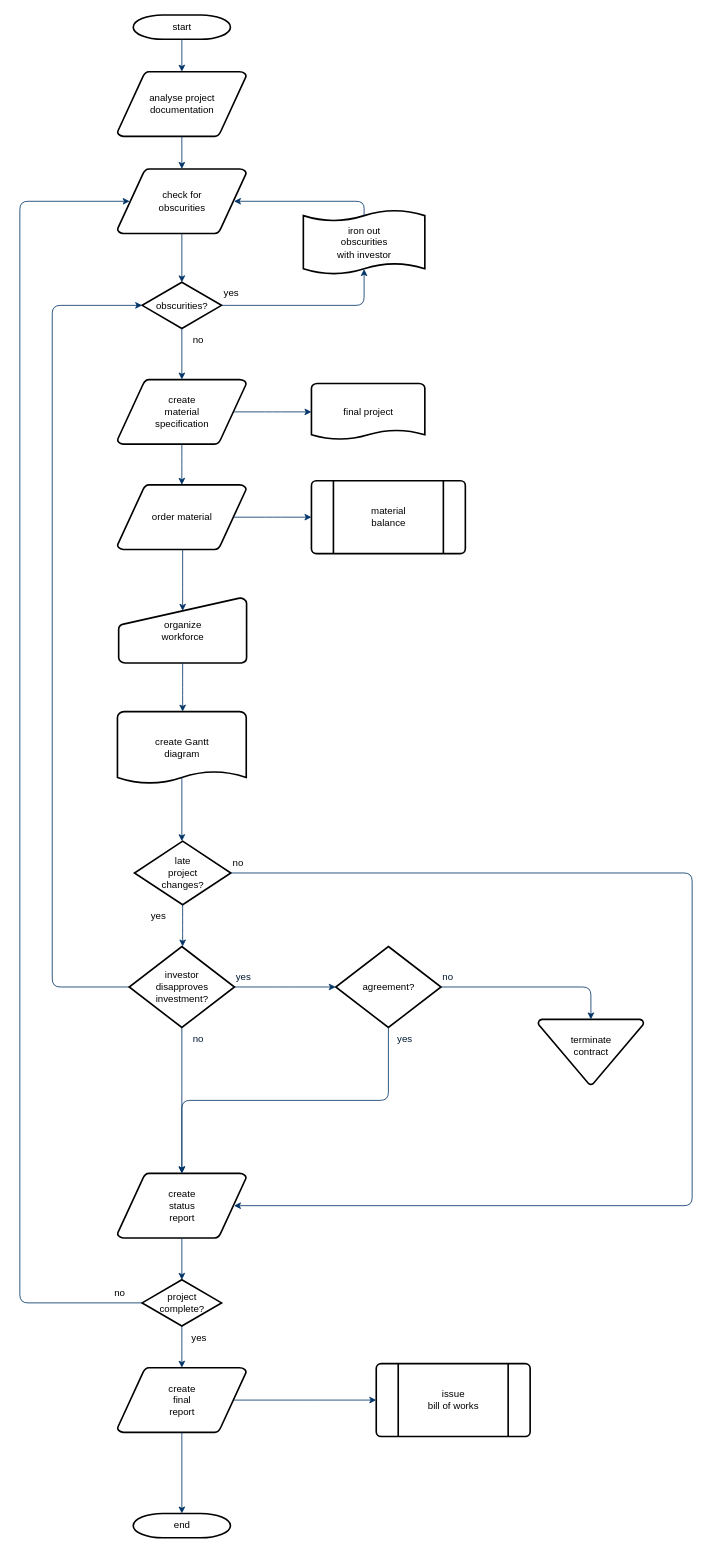
Before: flowcharts/Diagramma senza titolo.drawio in babiotg/teaching_material, a draw.io diagram. Source tidied: cells renumbered, new cells numbered last; positions are measured from the earlier drawing's top-left corner, leaving out a move shared by most shapes. Both pictures are drawn from the tidied source at 81%, with x=0, y=0 at pixel (19, 15).
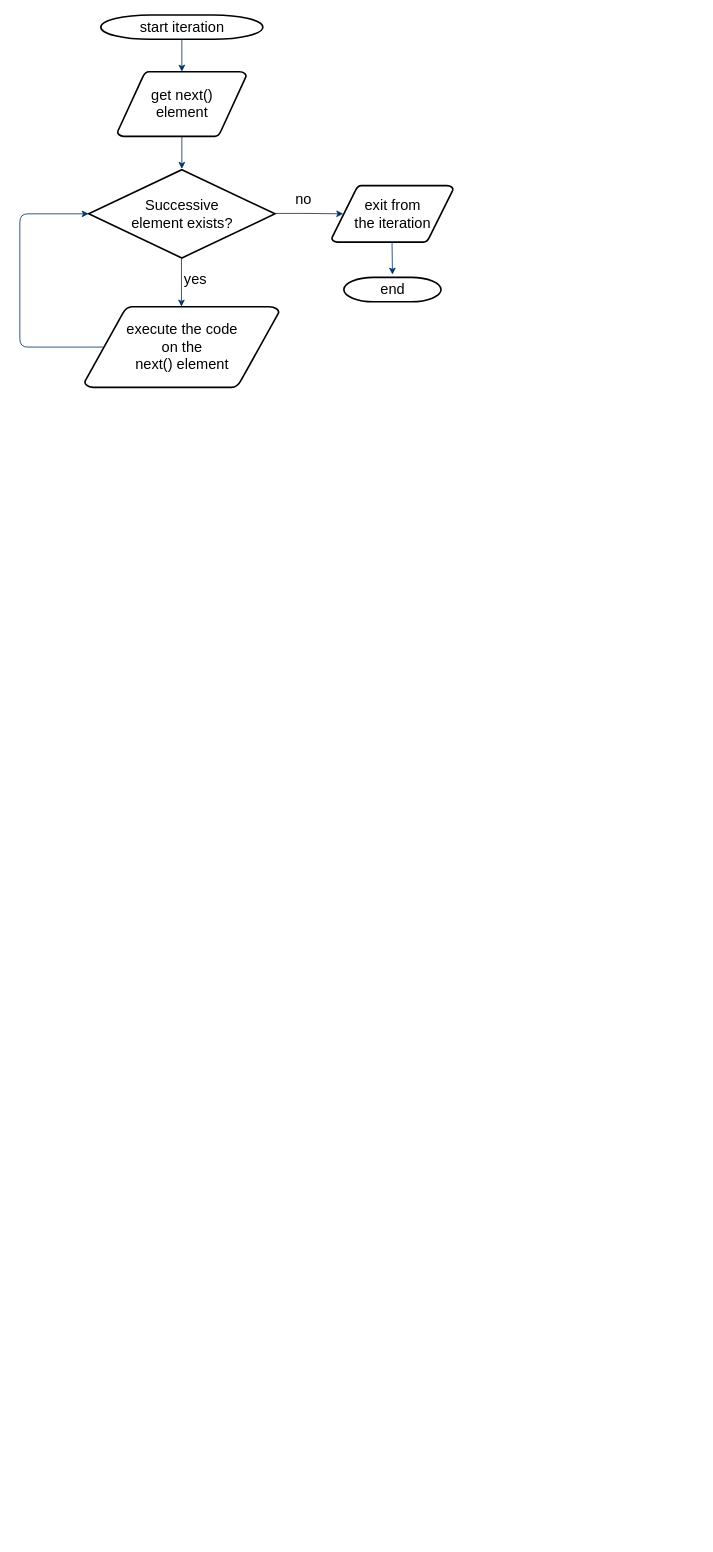
Above is the later version.

Diff of the diagram source:
```diff
@@
-    <mxCell id="2" value="start" style="shape=mxgraph.flowchart.terminator;strokeWidth=2;gradientColor=none;gradientDirection=north;fontStyle=0;html=1;" parent="1" vertex="1">
-      <mxGeometry x="140" width="120" height="30" as="geometry" />
+    <mxCell id="2" value="&lt;font style=&quot;font-size: 18px;&quot;&gt;start iteration&lt;/font&gt;" style="shape=mxgraph.flowchart.terminator;strokeWidth=2;gradientColor=none;gradientDirection=north;fontStyle=0;html=1;" parent="1" vertex="1">
+      <mxGeometry x="100" width="200" height="30" as="geometry" />
     </mxCell>
-    <mxCell id="3" value="analyse project&#10; documentation" style="shape=mxgraph.flowchart.data;strokeWidth=2;gradientColor=none;gradientDirection=north;fontStyle=0;html=1;" parent="1" vertex="1">
+    <mxCell id="3" value="&lt;font style=&quot;font-size: 18px;&quot;&gt;get next() &lt;br&gt;element&lt;/font&gt;" style="shape=mxgraph.flowchart.data;strokeWidth=2;gradientColor=none;gradientDirection=north;fontStyle=0;html=1;" parent="1" vertex="1">
       <mxGeometry x="120.5" y="70" width="159" height="80" as="geometry" />
     </mxCell>
-    <mxCell id="4" value="create&#10;material&#10;specification" style="shape=mxgraph.flowchart.data;strokeWidth=2;gradientColor=none;gradientDirection=north;fontStyle=0;html=1;" parent="1" vertex="1">
-      <mxGeometry x="120.5" y="450" width="159" height="80" as="geometry" />
+    <mxCell id="4" value="&lt;font style=&quot;font-size: 18px;&quot;&gt;execute&amp;nbsp;the code&lt;br&gt;on the &lt;br&gt;next() element&lt;/font&gt;" style="shape=mxgraph.flowchart.data;strokeWidth=2;gradientColor=none;gradientDirection=north;fontStyle=0;html=1;align=center;" parent="1" vertex="1">
+      <mxGeometry x="80" y="360" width="240" height="100" as="geometry" />
     </mxCell>
-    <mxCell id="5" value="check for&#10;obscurities" style="shape=mxgraph.flowchart.data;strokeWidth=2;gradientColor=none;gradientDirection=north;fontStyle=0;html=1;" parent="1" vertex="1">
-      <mxGeometry x="120.5" y="190" width="159" height="80" as="geometry" />
-    </mxCell>
-    <mxCell id="6" value="obscurities?" style="shape=mxgraph.flowchart.decision;strokeWidth=2;gradientColor=none;gradientDirection=north;fontStyle=0;html=1;" parent="1" vertex="1">
-      <mxGeometry x="151" y="330" width="98" height="57" as="geometry" />
+    <mxCell id="6" value="&lt;font style=&quot;font-size: 18px;&quot;&gt;Successive &lt;br&gt;element exists?&lt;/font&gt;" style="shape=mxgraph.flowchart.decision;strokeWidth=2;gradientColor=none;gradientDirection=north;fontStyle=0;html=1;" parent="1" vertex="1">
+      <mxGeometry x="85" y="191" width="230" height="109" as="geometry" />
     </mxCell>
@@
-    <mxCell id="8" style="fontStyle=1;strokeColor=#003366;strokeWidth=1;html=1;" parent="1" edge="1" source="3" target="5">
-      <mxGeometry relative="1" as="geometry" />
+    <mxCell id="8" style="fontStyle=1;strokeColor=#003366;strokeWidth=1;html=1;" parent="1" edge="1" source="3">
+      <mxGeometry relative="1" as="geometry">
+        <mxPoint x="200" y="190" as="targetPoint" />
+      </mxGeometry>
     </mxCell>
-    <mxCell id="9" style="entryX=0.5;entryY=0;entryPerimeter=0;fontStyle=1;strokeColor=#003366;strokeWidth=1;html=1;" parent="1" edge="1" source="5" target="6">
-      <mxGeometry relative="1" as="geometry" />
-    </mxCell>
-    <mxCell id="10" style="edgeStyle=elbowEdgeStyle;elbow=horizontal;entryX=0.5;entryY=0.91;entryPerimeter=0;exitX=1;exitY=0.5;exitPerimeter=0;fontStyle=1;strokeColor=#003366;strokeWidth=1;html=1;" parent="1" edge="1" source="6" target="51">
-      <mxGeometry x="381" y="28.5" as="geometry">
-        <Array as="points">
-          <mxPoint x="425" y="340" />
-        </Array>
-      </mxGeometry>
-    </mxCell>
-    <mxCell id="11" value="yes" style="text;fontStyle=0;html=1;strokeColor=none;gradientColor=none;fillColor=none;strokeWidth=2;" parent="1" vertex="1">
-      <mxGeometry x="250" y="330" width="40" height="26" as="geometry" />
+    <mxCell id="11" value="&lt;font style=&quot;font-size: 18px;&quot;&gt;yes&lt;/font&gt;" style="text;fontStyle=0;html=1;strokeColor=none;gradientColor=none;fillColor=none;strokeWidth=2;" parent="1" vertex="1">
+      <mxGeometry x="201" y="310" width="40" height="24" as="geometry" />
     </mxCell>
-    <mxCell id="12" style="edgeStyle=elbowEdgeStyle;elbow=horizontal;fontColor=#001933;fontStyle=1;strokeColor=#003366;strokeWidth=1;html=1;" parent="1" edge="1" source="6" target="4">
-      <mxGeometry as="geometry" />
+    <mxCell id="12" style="edgeStyle=elbowEdgeStyle;elbow=horizontal;fontColor=#001933;fontStyle=1;strokeColor=#003366;strokeWidth=1;html=1;" parent="1" edge="1">
+      <mxGeometry as="geometry">
+        <mxPoint x="199.5" y="300" as="sourcePoint" />
+        <mxPoint x="200" y="360" as="targetPoint" />
+        <Array as="points">
+          <mxPoint x="199.5" y="380" />
+        </Array>
+      </mxGeometry>
     </mxCell>
-    <mxCell id="13" value="order material" style="shape=mxgraph.flowchart.data;strokeWidth=2;gradientColor=none;gradientDirection=north;fontStyle=0;html=1;" parent="1" vertex="1">
-      <mxGeometry x="120.5" y="580" width="159" height="80" as="geometry" />
-    </mxCell>
-    <mxCell id="14" value="no" style="text;fontStyle=0;html=1;strokeColor=none;gradientColor=none;fillColor=none;strokeWidth=2;align=center;" parent="1" vertex="1">
-      <mxGeometry x="200" y="387" width="40" height="26" as="geometry" />
+    <mxCell id="14" value="&lt;font style=&quot;font-size: 18px;&quot;&gt;no&lt;/font&gt;" style="text;fontStyle=0;html=1;strokeColor=none;gradientColor=none;fillColor=none;strokeWidth=2;align=center;" parent="1" vertex="1">
+      <mxGeometry x="330" y="210.5" width="40" height="26" as="geometry" />
     </mxCell>
-    <mxCell id="15" value="final project" style="shape=mxgraph.flowchart.document;strokeWidth=2;gradientColor=none;gradientDirection=north;fontStyle=0;html=1;" parent="1" vertex="1">
-      <mxGeometry x="360" y="455" width="140" height="70" as="geometry" />
-    </mxCell>
-    <mxCell id="16" style="edgeStyle=elbowEdgeStyle;elbow=horizontal;exitX=0.905;exitY=0.5;exitPerimeter=0;fontStyle=1;strokeColor=#003366;strokeWidth=1;html=1;" parent="1" edge="1" source="4" target="15">
-      <mxGeometry as="geometry" />
+    <mxCell id="16" style="edgeStyle=elbowEdgeStyle;elbow=horizontal;exitX=0.905;exitY=0.5;exitPerimeter=0;fontStyle=1;strokeColor=#003366;strokeWidth=1;html=1;entryX=0.095;entryY=0.5;entryDx=0;entryDy=0;entryPerimeter=0;" parent="1" edge="1" target="56">
+      <mxGeometry as="geometry">
+        <mxPoint x="315" y="245" as="sourcePoint" />
+      </mxGeometry>
     </mxCell>
-    <mxCell id="17" style="edgeStyle=elbowEdgeStyle;elbow=horizontal;fontStyle=1;strokeColor=#003366;strokeWidth=1;html=1;" parent="1" edge="1" source="4" target="13">
-      <mxGeometry as="geometry" />
-    </mxCell>
-    <mxCell id="18" value="material&#10;balance" style="shape=mxgraph.flowchart.predefined_process;strokeWidth=2;gradientColor=none;gradientDirection=north;fontStyle=0;html=1;" parent="1" vertex="1">
-      <mxGeometry x="360" y="575" width="190" height="90" as="geometry" />
-    </mxCell>
-    <mxCell id="19" style="edgeStyle=elbowEdgeStyle;elbow=horizontal;exitX=0.905;exitY=0.5;exitPerimeter=0;fontStyle=1;strokeColor=#003366;strokeWidth=1;html=1;" parent="1" edge="1" source="13" target="18">
-      <mxGeometry as="geometry" />
-    </mxCell>
-    <mxCell id="20" value="organize &#10;workforce" style="shape=mxgraph.flowchart.manual_input;strokeWidth=2;gradientColor=none;gradientDirection=north;fontStyle=0;html=1;" parent="1" vertex="1">
-      <mxGeometry x="122" y="720" width="158" height="80" as="geometry" />
-    </mxCell>
-    <mxCell id="21" style="edgeStyle=elbowEdgeStyle;elbow=horizontal;entryX=0.5;entryY=0.195;entryPerimeter=0;fontStyle=1;strokeColor=#003366;strokeWidth=1;html=1;" parent="1" edge="1" source="13" target="20">
-      <mxGeometry as="geometry" />
-    </mxCell>
-    <mxCell id="22" value="create Gantt&#10;diagram" style="shape=mxgraph.flowchart.document;strokeWidth=2;gradientColor=none;gradientDirection=north;fontStyle=0;html=1;" parent="1" vertex="1">
-      <mxGeometry x="120.5" y="860" width="159" height="90" as="geometry" />
-    </mxCell>
-    <mxCell id="23" style="edgeStyle=elbowEdgeStyle;elbow=horizontal;exitX=0.5;exitY=1;exitPerimeter=0;fontStyle=1;strokeColor=#003366;strokeWidth=1;html=1;" parent="1" edge="1" source="20" target="22">
-      <mxGeometry as="geometry" />
-    </mxCell>
-    <mxCell id="24" value="late&#10;project&#10;changes?" style="shape=mxgraph.flowchart.decision;strokeWidth=2;gradientColor=none;gradientDirection=north;fontStyle=0;html=1;" parent="1" vertex="1">
-      <mxGeometry x="141.5" y="1020" width="119" height="78.5" as="geometry" />
-    </mxCell>
-    <mxCell id="25" style="edgeStyle=elbowEdgeStyle;elbow=horizontal;exitX=0.5;exitY=0.9;exitPerimeter=0;fontStyle=1;strokeColor=#003366;strokeWidth=1;html=1;" parent="1" edge="1" source="22" target="24">
-      <mxGeometry as="geometry" />
-    </mxCell>
-    <mxCell id="26" style="edgeStyle=elbowEdgeStyle;elbow=horizontal;exitX=0;exitY=0.5;exitPerimeter=0;entryX=0;entryY=0.5;entryPerimeter=0;fontStyle=1;strokeColor=#003366;strokeWidth=1;html=1;" parent="1" edge="1" source="28" target="6">
-      <mxGeometry as="geometry">
-        <Array as="points">
-          <mxPoint x="40" y="790" />
-        </Array>
-      </mxGeometry>
-    </mxCell>
-    <mxCell id="27" value="yes" style="text;fontStyle=0;html=1;strokeColor=none;gradientColor=none;fillColor=none;strokeWidth=2;" parent="1" vertex="1">
-      <mxGeometry x="160" y="1098.5" width="40" height="26" as="geometry" />
-    </mxCell>
-    <mxCell id="28" value="investor&#10;disapproves&#10; investment?" style="shape=mxgraph.flowchart.decision;strokeWidth=2;gradientColor=none;gradientDirection=north;fontStyle=0;html=1;" parent="1" vertex="1">
-      <mxGeometry x="135" y="1150" width="130" height="100" as="geometry" />
-    </mxCell>
-    <mxCell id="29" value="agreement?" style="shape=mxgraph.flowchart.decision;strokeWidth=2;gradientColor=none;gradientDirection=north;fontStyle=0;html=1;" parent="1" vertex="1">
-      <mxGeometry x="390" y="1150" width="130" height="100" as="geometry" />
-    </mxCell>
-    <mxCell id="30" style="edgeStyle=elbowEdgeStyle;elbow=horizontal;exitX=0.5;exitY=1;exitPerimeter=0;fontStyle=1;strokeColor=#003366;strokeWidth=1;html=1;" parent="1" edge="1" source="24" target="28">
-      <mxGeometry as="geometry" />
-    </mxCell>
-    <mxCell id="31" style="edgeStyle=elbowEdgeStyle;elbow=horizontal;exitX=1;exitY=0.5;exitPerimeter=0;entryX=0;entryY=0.5;entryPerimeter=0;fontStyle=1;strokeColor=#003366;strokeWidth=1;html=1;" parent="1" edge="1" source="28" target="29">
-      <mxGeometry as="geometry" />
-    </mxCell>
-    <mxCell id="32" value="terminate&#10;contract&#10;" style="shape=mxgraph.flowchart.merge_or_storage;strokeWidth=2;gradientColor=none;gradientDirection=north;fontStyle=0;html=1;" parent="1" vertex="1">
-      <mxGeometry x="640" y="1240" width="130" height="80.5" as="geometry" />
-    </mxCell>
-    <mxCell id="33" style="edgeStyle=elbowEdgeStyle;elbow=vertical;exitX=1;exitY=0.5;exitPerimeter=0;entryX=0.5;entryY=0;entryPerimeter=0;fontStyle=1;strokeColor=#003366;strokeWidth=1;html=1;" parent="1" edge="1" source="29" target="32">
-      <mxGeometry as="geometry">
-        <Array as="points">
-          <mxPoint x="620" y="1200" />
-        </Array>
-      </mxGeometry>
-    </mxCell>
-    <mxCell id="34" value="create&#10;status&#10;report" style="shape=mxgraph.flowchart.data;strokeWidth=2;gradientColor=none;gradientDirection=north;fontStyle=0;html=1;" parent="1" vertex="1">
-      <mxGeometry x="120.5" y="1430" width="159" height="80" as="geometry" />
-    </mxCell>
-    <mxCell id="35" style="edgeStyle=elbowEdgeStyle;elbow=vertical;exitX=0.5;exitY=1;exitPerimeter=0;fontColor=#001933;fontStyle=1;strokeColor=#003366;strokeWidth=1;html=1;" parent="1" edge="1" source="28" target="34">
-      <mxGeometry as="geometry" />
-    </mxCell>
-    <mxCell id="36" style="edgeStyle=elbowEdgeStyle;elbow=vertical;exitX=0.5;exitY=1;exitPerimeter=0;entryX=0.5;entryY=0;entryPerimeter=0;fontStyle=1;strokeColor=#003366;strokeWidth=1;html=1;" parent="1" edge="1" source="29" target="34">
-      <mxGeometry as="geometry" />
-    </mxCell>
-    <mxCell id="37" value="project&#10;complete?" style="shape=mxgraph.flowchart.decision;strokeWidth=2;gradientColor=none;gradientDirection=north;fontStyle=0;html=1;" parent="1" vertex="1">
-      <mxGeometry x="151" y="1561.5" width="98" height="57" as="geometry" />
-    </mxCell>
-    <mxCell id="38" value="create&#10;final&#10;report" style="shape=mxgraph.flowchart.data;strokeWidth=2;gradientColor=none;gradientDirection=north;fontStyle=0;html=1;" parent="1" vertex="1">
-      <mxGeometry x="120.5" y="1670" width="159" height="80" as="geometry" />
-    </mxCell>
-    <mxCell id="39" value="issue&#10;bill of works" style="shape=mxgraph.flowchart.predefined_process;strokeWidth=2;gradientColor=none;gradientDirection=north;fontStyle=0;html=1;" parent="1" vertex="1">
-      <mxGeometry x="440" y="1665" width="190" height="90" as="geometry" />
-    </mxCell>
+    <mxCell id="54" style="edgeStyle=elbowEdgeStyle;elbow=horizontal;fontStyle=1;strokeColor=#003366;strokeWidth=1;html=1;exitX=0.095;exitY=0.5;exitDx=0;exitDy=0;exitPerimeter=0;entryX=0;entryY=0.5;entryDx=0;entryDy=0;entryPerimeter=0;" parent="1" edge="1" source="4" target="6">
+      <mxGeometry as="geometry">
+        <Array as="points">
+          <mxPoint y="910" />
+        </Array>
+      </mxGeometry>
+    </mxCell>
+    <mxCell id="56" value="&lt;font style=&quot;font-size: 18px;&quot;&gt;exit from &lt;br&gt;the iteration&lt;/font&gt;" style="shape=mxgraph.flowchart.data;strokeWidth=2;gradientColor=none;gradientDirection=north;fontStyle=0;html=1;" parent="1" vertex="1">
+      <mxGeometry x="385" y="210.5" width="150" height="70" as="geometry" />
+    </mxCell>
+    <mxCell id="57" style="edgeStyle=elbowEdgeStyle;elbow=horizontal;fontStyle=1;strokeColor=#003366;strokeWidth=1;html=1;" parent="1" edge="1">
+      <mxGeometry as="geometry">
+        <mxPoint x="459.5" y="280.5" as="sourcePoint" />
+        <mxPoint x="460" y="320.5" as="targetPoint" />
+      </mxGeometry>
+    </mxCell>
-    <mxCell id="40" value="end" style="shape=mxgraph.flowchart.terminator;strokeWidth=2;gradientColor=none;gradientDirection=north;fontStyle=0;html=1;" parent="1" vertex="1">
-      <mxGeometry x="140" y="1850" width="120" height="30" as="geometry" />
+    <mxCell id="40" value="&lt;font style=&quot;font-size: 18px;&quot;&gt;end&lt;/font&gt;" style="shape=mxgraph.flowchart.terminator;strokeWidth=2;gradientColor=none;gradientDirection=north;fontStyle=0;html=1;" parent="1" vertex="1">
+      <mxGeometry x="400" y="324" width="120" height="30" as="geometry" />
     </mxCell>
-    <mxCell id="41" style="edgeStyle=elbowEdgeStyle;elbow=vertical;exitX=0.5;exitY=1;exitPerimeter=0;entryX=0.5;entryY=0;entryPerimeter=0;fontStyle=1;strokeColor=#003366;strokeWidth=1;html=1;" parent="1" edge="1" source="34" target="37">
-      <mxGeometry as="geometry" />
-    </mxCell>
-    <mxCell id="42" style="edgeStyle=elbowEdgeStyle;elbow=vertical;exitX=0.5;exitY=1;exitPerimeter=0;entryX=0.5;entryY=0;entryPerimeter=0;fontStyle=1;strokeColor=#003366;strokeWidth=1;html=1;" parent="1" edge="1" source="37" target="38">
-      <mxGeometry as="geometry" />
-    </mxCell>
-    <mxCell id="43" style="edgeStyle=elbowEdgeStyle;elbow=vertical;exitX=0.5;exitY=1;exitPerimeter=0;entryX=0.5;entryY=0;entryPerimeter=0;fontStyle=1;strokeColor=#003366;strokeWidth=1;html=1;" parent="1" edge="1" source="38" target="40">
-      <mxGeometry as="geometry" />
-    </mxCell>
-    <mxCell id="44" style="edgeStyle=elbowEdgeStyle;elbow=vertical;exitX=0.905;exitY=0.5;exitPerimeter=0;entryX=0;entryY=0.5;entryPerimeter=0;fontStyle=1;strokeColor=#003366;strokeWidth=1;html=1;" parent="1" edge="1" source="38" target="39">
-      <mxGeometry as="geometry" />
-    </mxCell>
-    <mxCell id="45" style="edgeStyle=elbowEdgeStyle;elbow=horizontal;exitX=1;exitY=0.5;exitPerimeter=0;entryX=0.905;entryY=0.5;entryPerimeter=0;fontStyle=1;strokeColor=#003366;strokeWidth=1;html=1;" parent="1" edge="1" source="24" target="34">
-      <mxGeometry as="geometry">
-        <Array as="points">
-          <mxPoint x="830" y="1260" />
-        </Array>
-      </mxGeometry>
-    </mxCell>
-    <mxCell id="46" value="no" style="text;fontStyle=0;html=1;strokeColor=none;gradientColor=none;fillColor=none;strokeWidth=2;" parent="1" vertex="1">
-      <mxGeometry x="260.5" y="1033.2" width="40" height="26" as="geometry" />
-    </mxCell>
-    <mxCell id="47" value="yes" style="text;fontColor=#001933;fontStyle=0;html=1;strokeColor=none;gradientColor=none;fillColor=none;strokeWidth=2;" parent="1" vertex="1">
-      <mxGeometry x="265" y="1174" width="40" height="26" as="geometry" />
-    </mxCell>
-    <mxCell id="48" value="no" style="text;fontColor=#001933;fontStyle=0;html=1;strokeColor=none;gradientColor=none;fillColor=none;strokeWidth=2;align=center;" parent="1" vertex="1">
-      <mxGeometry x="200" y="1250" width="40" height="26" as="geometry" />
-    </mxCell>
-    <mxCell id="49" value="yes" style="text;fontColor=#001933;fontStyle=0;html=1;strokeColor=none;gradientColor=none;fillColor=none;strokeWidth=2;align=center;" parent="1" vertex="1">
-      <mxGeometry x="455" y="1250" width="40" height="26" as="geometry" />
-    </mxCell>
-    <mxCell id="50" value="no" style="text;fontColor=#001933;fontStyle=0;html=1;strokeColor=none;gradientColor=none;fillColor=none;strokeWidth=2;" parent="1" vertex="1">
-      <mxGeometry x="520" y="1174" width="40" height="26" as="geometry" />
-    </mxCell>
-    <mxCell id="51" value="iron out&#10;obscurities &#10;with investor" style="shape=mxgraph.flowchart.paper_tape;strokeWidth=2;gradientColor=none;gradientDirection=north;fontStyle=0;html=1;" parent="1" vertex="1">
-      <mxGeometry x="350" y="240" width="150" height="81" as="geometry" />
-    </mxCell>
-    <mxCell id="52" style="edgeStyle=elbowEdgeStyle;elbow=horizontal;exitX=0.5;exitY=0.09;exitPerimeter=0;entryX=0.905;entryY=0.5;entryPerimeter=0;fontStyle=1;strokeColor=#003366;strokeWidth=1;html=1;" parent="1" edge="1" source="51" target="5">
-      <mxGeometry as="geometry">
-        <Array as="points">
-          <mxPoint x="425" y="240" />
-        </Array>
-      </mxGeometry>
-    </mxCell>
-    <mxCell id="53" value="yes" style="text;fontStyle=0;html=1;strokeColor=none;gradientColor=none;fillColor=none;strokeWidth=2;align=center;" parent="1" vertex="1">
-      <mxGeometry x="201" y="1620" width="40" height="26" as="geometry" />
-    </mxCell>
-    <mxCell id="54" style="edgeStyle=elbowEdgeStyle;elbow=horizontal;exitX=0;exitY=0.5;exitPerimeter=0;entryX=0.095;entryY=0.5;entryPerimeter=0;fontStyle=1;strokeColor=#003366;strokeWidth=1;html=1;" parent="1" edge="1" source="37" target="5">
-      <mxGeometry as="geometry">
-        <Array as="points">
-          <mxPoint y="910" />
-        </Array>
-      </mxGeometry>
-    </mxCell>
-    <mxCell id="55" value="no" style="text;fontStyle=0;html=1;strokeColor=none;gradientColor=none;fillColor=none;strokeWidth=2;" parent="1" vertex="1">
-      <mxGeometry x="115" y="1564" width="40" height="26" as="geometry" />
-    </mxCell>
```
